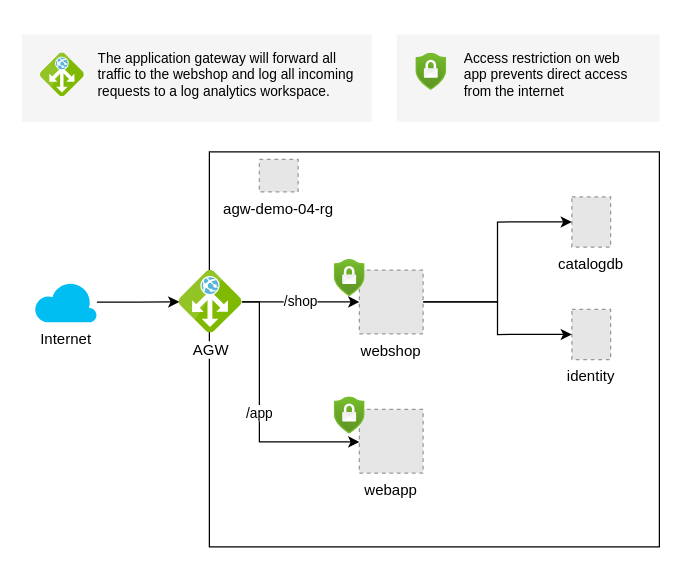
Before: page "Page-1" (1 of 2) of scenario-04/scenario-04.drawio in bbtsoftware/agw-demo, a draw.io diagram. Source tidied: cells renumbered, new cells numbered last; positions are measured from the earlier drawing's top-left corner, leaving out a move shared by most shapes. Both pictures are drawn from the tidied source at 125%, with x=0, y=0 at pixel (21, 34). Pictures stored in the file or linked from it are replaced by grey dashed boxes.
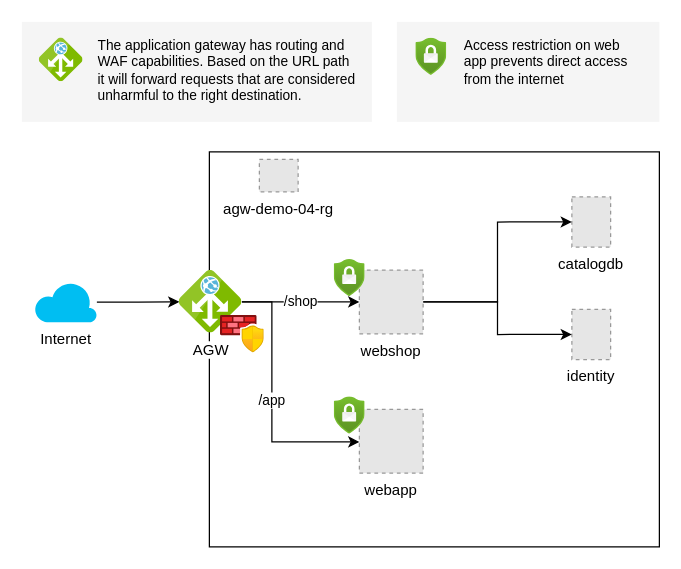
Above is the later version.

The change refers to these unchanged cells:
```xml
<mxCell id="12" value="AGW" style="sketch=0;html=1;points=[];align=center;image;fontSize=12;image=img/lib/mscae/Application_Gateway.svg;" parent="1" vertex="1">
  <mxGeometry x="126" y="189" width="50" height="50" as="geometry" />
</mxCell>
<mxCell id="20" value="webapp" style="fillColor=#E6E6E6;strokeColor=#999999;dashed=1;verticalLabelPosition=bottom;labelBackgroundColor=#ffffff;verticalAlign=top;" parent="1" vertex="1">
  <mxGeometry x="270" y="300" width="51" height="51" as="geometry" />
</mxCell>
```

What changed in the source:
```diff
@@
     <mxCell id="2" style="rounded=0;whiteSpace=wrap;html=1;fontSize=11;fontColor=#333333;strokeColor=none;fillColor=#f5f5f5;" parent="1" vertex="1">
-      <mxGeometry x="300" width="210" height="70" as="geometry" />
+      <mxGeometry x="300" y="-10" width="210" height="80" as="geometry" />
     </mxCell>
@@
     <mxCell id="15" value="&lt;div style=&quot;font-size: 11px;&quot;&gt;&lt;br style=&quot;font-size: 11px;&quot;&gt;&lt;/div&gt;&lt;div style=&quot;font-size: 11px;&quot;&gt;Access restriction on web app prevents direct access from the internet&lt;br style=&quot;font-size: 11px;&quot;&gt;&lt;/div&gt;" style="text;html=1;strokeColor=none;fillColor=none;spacing=5;spacingTop=-20;whiteSpace=wrap;overflow=hidden;rounded=0;fontColor=#000000;fontSize=11;" parent="1" vertex="1">
-      <mxGeometry x="349.3" y="10" width="148.3" height="50" as="geometry" />
+      <mxGeometry x="349.4" width="148.3" height="60" as="geometry" />
     </mxCell>
     <mxCell id="16" style="html=1;align=center;image;fontSize=12;image=img/lib/azure2/security/Security_Center.svg;fontColor=#FF3333;" parent="1" vertex="1">
-      <mxGeometry x="315.3" y="15" width="24.7" height="30" as="geometry" />
+      <mxGeometry x="315.3" y="3" width="24.7" height="30" as="geometry" />
     </mxCell>
     <mxCell id="17" style="rounded=0;whiteSpace=wrap;html=1;fontSize=11;fontColor=#333333;strokeColor=none;fillColor=#f5f5f5;" parent="1" vertex="1">
-      <mxGeometry width="280" height="70" as="geometry" />
+      <mxGeometry y="-10" width="280" height="80" as="geometry" />
     </mxCell>
     <mxCell id="18" style="sketch=0;html=1;align=center;image;fontSize=12;image=img/lib/mscae/Application_Gateway.svg;" parent="1" vertex="1">
-      <mxGeometry x="15" y="15" width="35" height="35" as="geometry" />
+      <mxGeometry x="14" y="3" width="35" height="35" as="geometry" />
     </mxCell>
-    <mxCell id="19" value="&lt;br&gt;The application gateway will forward all traffic to the webshop and log all incoming requests to a log analytics workspace." style="text;html=1;strokeColor=none;fillColor=none;spacing=5;spacingTop=-20;whiteSpace=wrap;overflow=hidden;rounded=0;fontColor=#000000;fontSize=11;" parent="1" vertex="1">
-      <mxGeometry x="56.4" y="10" width="218.3" height="50" as="geometry" />
+    <mxCell id="19" value="&lt;br&gt;The application gateway has routing and WAF capabilities. Based on the URL path it will forward requests that are considered unharmful to the right destination." style="text;html=1;strokeColor=none;fillColor=none;spacing=5;spacingTop=-20;whiteSpace=wrap;overflow=hidden;rounded=0;fontColor=#000000;fontSize=11;" parent="1" vertex="1">
+      <mxGeometry x="56.4" width="218.3" height="60" as="geometry" />
     </mxCell>
@@
     <mxCell id="22" value="/app" style="endArrow=classic;html=1;rounded=0;edgeStyle=orthogonalEdgeStyle;" parent="1" edge="1" source="12" target="20">
       <mxGeometry relative="1" as="geometry">
         <Array as="points">
-          <mxPoint x="190" y="214" />
-          <mxPoint x="190" y="326" />
+          <mxPoint x="200" y="214" />
+          <mxPoint x="200" y="326" />
         </Array>
       </mxGeometry>
     </mxCell>
+    <mxCell id="23" style="html=1;align=center;image;fontSize=12;image=img/lib/azure2/networking/Azure_Firewall_Manager.svg;" parent="1" vertex="1">
+      <mxGeometry x="159" y="225" width="35" height="30" as="geometry" />
+    </mxCell>
```
